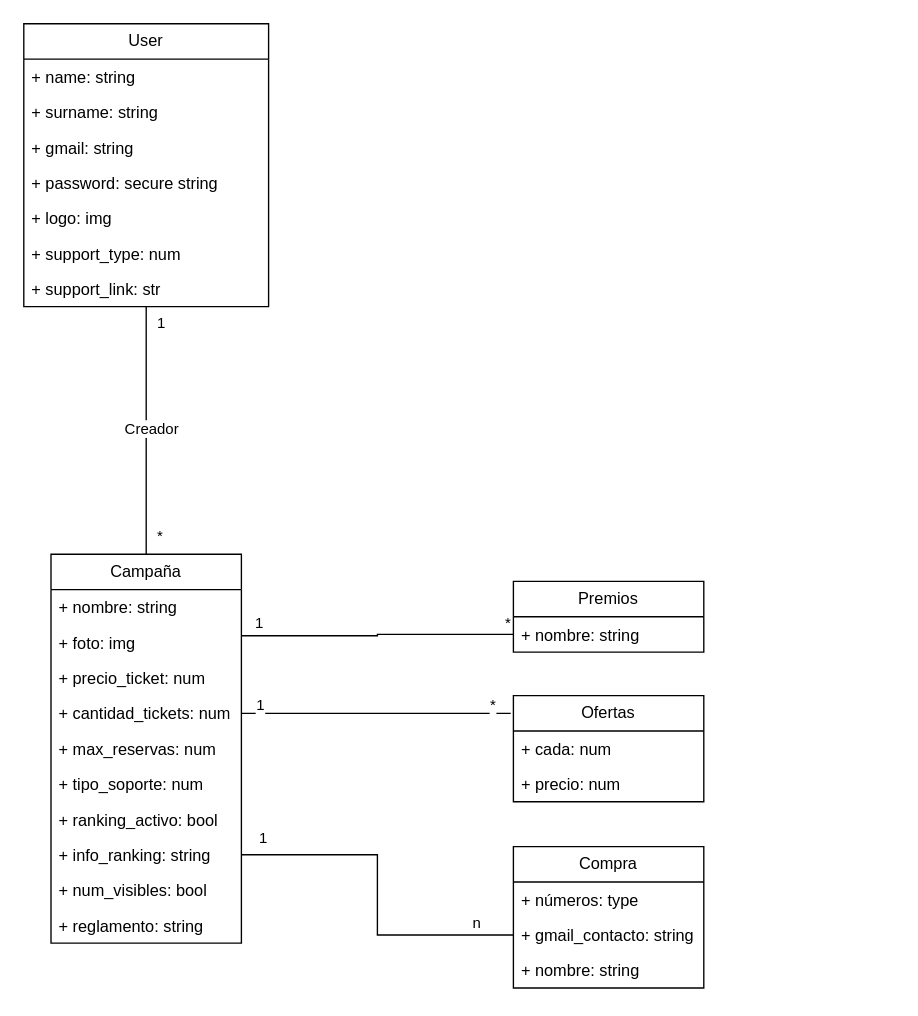
david-fm/rifa keeps this draw.io diagram as BackEnd.drawio. Above is the earlier version. Source tidied: cells renumbered, new cells numbered last; positions are measured from the earlier drawing's top-left corner, leaving out a move shared by most shapes. Both pictures are drawn from the tidied source at 136%, with x=0, y=0 at pixel (23, 23).
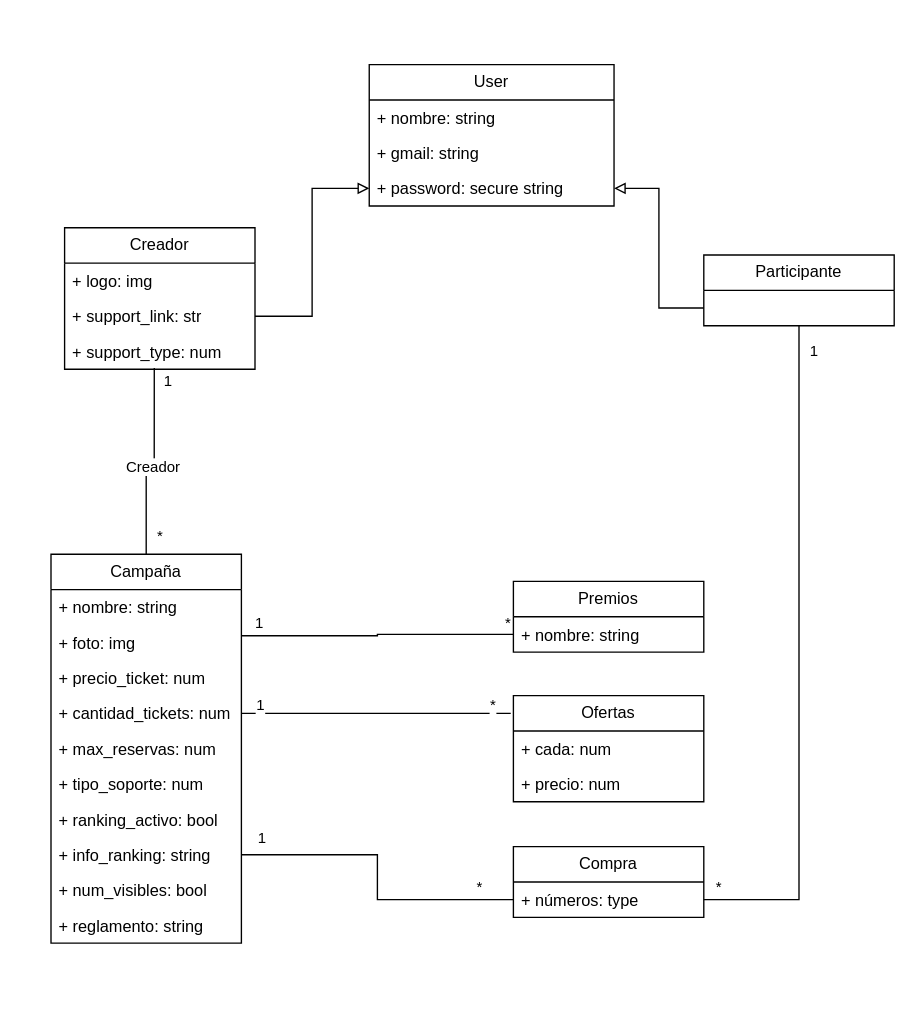
The same diagram, later.

Commit message:
User system changed

The change refers to these unchanged cells:
```xml
<mxCell id="13" value="Campaña" style="swimlane;fontStyle=0;horizontal=1;startSize=26;fillColor=none;whiteSpace=wrap;html=1;" parent="1" vertex="1">
  <mxGeometry x="20" y="390" width="140" height="286" as="geometry" />
</mxCell>
<mxCell id="21" value="+ info_ranking: string" style="text;strokeColor=none;fillColor=none;align=left;verticalAlign=top;spacingLeft=4;spacingRight=4;overflow=hidden;points=[[0,0.5],[1,0.5]];portConstraint=eastwest;whiteSpace=wrap;html=1;" parent="13" vertex="1">
  <mxGeometry y="208" width="140" height="26" as="geometry" />
</mxCell>
<mxCell id="37" value="+ números: type" style="text;strokeColor=none;fillColor=none;align=left;verticalAlign=top;spacingLeft=4;spacingRight=4;overflow=hidden;points=[[0,0.5],[1,0.5]];portConstraint=eastwest;whiteSpace=wrap;html=1;" parent="36" vertex="1">
  <mxGeometry y="26" width="140" height="26" as="geometry" />
</mxCell>
```

The edit, as a diff of the source:
```diff
@@
-    <mxCell id="2" style="edgeStyle=orthogonalEdgeStyle;rounded=0;jettySize=auto;html=1;entryX=0.5;entryY=0;entryDx=0;entryDy=0;endArrow=none;endFill=0;" parent="1" edge="1" source="5" target="13">
+    <mxCell id="2" style="edgeStyle=orthogonalEdgeStyle;rounded=0;jettySize=auto;html=1;entryX=0.5;entryY=0;entryDx=0;entryDy=0;endArrow=none;endFill=0;exitX=0.471;exitY=0.962;exitDx=0;exitDy=0;exitPerimeter=0;" parent="1" edge="1" source="11" target="13">
       <mxGeometry relative="1" as="geometry" />
     </mxCell>
@@
     <mxCell id="5" value="User" style="swimlane;fontStyle=0;horizontal=1;startSize=26;fillColor=none;whiteSpace=wrap;html=1;" parent="1" vertex="1">
-      <mxGeometry width="180" height="208" as="geometry" />
+      <mxGeometry x="254" y="30" width="180" height="104" as="geometry" />
     </mxCell>
-    <mxCell id="6" value="+ name: string" style="text;strokeColor=none;fillColor=none;align=left;verticalAlign=top;spacingLeft=4;spacingRight=4;overflow=hidden;whiteSpace=wrap;html=1;" parent="5" vertex="1">
+    <mxCell id="6" value="+ nombre: string" style="text;strokeColor=none;fillColor=none;align=left;verticalAlign=top;spacingLeft=4;spacingRight=4;overflow=hidden;whiteSpace=wrap;html=1;" parent="5" vertex="1">
       <mxGeometry y="26" width="180" height="26" as="geometry" />
     </mxCell>
-    <mxCell id="7" value="+ surname: string" style="text;strokeColor=none;fillColor=none;align=left;verticalAlign=top;spacingLeft=4;spacingRight=4;overflow=hidden;whiteSpace=wrap;html=1;" parent="5" vertex="1">
-      <mxGeometry y="52" width="180" height="26" as="geometry" />
-    </mxCell>
     <mxCell id="8" value="+ gmail: string" style="text;strokeColor=none;fillColor=none;align=left;verticalAlign=top;spacingLeft=4;spacingRight=4;overflow=hidden;whiteSpace=wrap;html=1;" parent="5" vertex="1">
-      <mxGeometry y="78" width="180" height="26" as="geometry" />
+      <mxGeometry y="52" width="180" height="26" as="geometry" />
     </mxCell>
     <mxCell id="9" value="+ password: secure string" style="text;strokeColor=none;fillColor=none;align=left;verticalAlign=top;spacingLeft=4;spacingRight=4;overflow=hidden;points=[[0,0.5],[1,0.5]];portConstraint=eastwest;whiteSpace=wrap;html=1;" parent="5" vertex="1">
-      <mxGeometry y="104" width="180" height="26" as="geometry" />
+      <mxGeometry y="78" width="180" height="26" as="geometry" />
     </mxCell>
-    <mxCell id="10" value="+ logo: img" style="text;strokeColor=none;fillColor=none;align=left;verticalAlign=top;spacingLeft=4;spacingRight=4;overflow=hidden;whiteSpace=wrap;html=1;" parent="5" vertex="1">
-      <mxGeometry y="130" width="180" height="26" as="geometry" />
-    </mxCell>
-    <mxCell id="11" value="+ support_type: num" style="text;strokeColor=none;fillColor=none;align=left;verticalAlign=top;spacingLeft=4;spacingRight=4;overflow=hidden;points=[[0,0.5],[1,0.5]];portConstraint=eastwest;whiteSpace=wrap;html=1;" parent="5" vertex="1">
-      <mxGeometry y="156" width="180" height="26" as="geometry" />
-    </mxCell>
-    <mxCell id="12" value="+ support_link: str" style="text;strokeColor=none;fillColor=none;align=left;verticalAlign=top;spacingLeft=4;spacingRight=4;overflow=hidden;points=[[0,0.5],[1,0.5]];portConstraint=eastwest;whiteSpace=wrap;html=1;" parent="5" vertex="1">
-      <mxGeometry y="182" width="180" height="26" as="geometry" />
-    </mxCell>
@@
     <mxCell id="36" value="Compra" style="swimlane;fontStyle=0;horizontal=1;startSize=26;fillColor=none;whiteSpace=wrap;html=1;" parent="1" vertex="1">
-      <mxGeometry x="360" y="605" width="140" height="104" as="geometry" />
+      <mxGeometry x="360" y="605" width="140" height="52" as="geometry" />
     </mxCell>
@@
-    <mxCell id="38" value="+ gmail_contacto: string" style="text;strokeColor=none;fillColor=none;align=left;verticalAlign=top;spacingLeft=4;spacingRight=4;overflow=hidden;points=[[0,0.5],[1,0.5]];portConstraint=eastwest;whiteSpace=wrap;html=1;" parent="36" vertex="1">
-      <mxGeometry y="52" width="140" height="26" as="geometry" />
-    </mxCell>
-    <mxCell id="39" value="+ nombre: string" style="text;strokeColor=none;fillColor=none;align=left;verticalAlign=top;spacingLeft=4;spacingRight=4;overflow=hidden;whiteSpace=wrap;html=1;" parent="36" vertex="1">
-      <mxGeometry y="78" width="140" height="26" as="geometry" />
-    </mxCell>
-    <mxCell id="40" style="edgeStyle=orthogonalEdgeStyle;rounded=0;jettySize=auto;html=1;entryX=0;entryY=0.5;entryDx=0;entryDy=0;endArrow=none;endFill=0;" parent="1" edge="1" source="21" target="38">
+    <mxCell id="40" style="edgeStyle=orthogonalEdgeStyle;rounded=0;jettySize=auto;html=1;entryX=0;entryY=0.5;entryDx=0;entryDy=0;endArrow=none;endFill=0;" parent="1" edge="1" source="21" target="37">
       <mxGeometry relative="1" as="geometry" />
     </mxCell>
@@
-    <mxCell id="42" value="n" style="edgeLabel;html=1;align=center;verticalAlign=middle;" parent="40" vertex="1">
+    <mxCell id="42" value="*" style="edgeLabel;html=1;align=center;verticalAlign=middle;" parent="40" vertex="1">
       <mxGeometry x="0.78" relative="1" as="geometry">
         <mxPoint y="-10" as="offset" />
       </mxGeometry>
     </mxCell>
+    <mxCell id="43" value="Creador" style="swimlane;fontStyle=0;horizontal=1;startSize=26;fillColor=none;whiteSpace=wrap;html=1;" parent="1" vertex="1">
+      <mxGeometry x="30" y="150" width="140" height="104" as="geometry" />
+    </mxCell>
+    <mxCell id="10" value="+ logo: img" style="text;strokeColor=none;fillColor=none;align=left;verticalAlign=top;spacingLeft=4;spacingRight=4;overflow=hidden;whiteSpace=wrap;html=1;" parent="43" vertex="1">
+      <mxGeometry y="26" width="140" height="26" as="geometry" />
+    </mxCell>
+    <mxCell id="12" value="+ support_link: str" style="text;strokeColor=none;fillColor=none;align=left;verticalAlign=top;spacingLeft=4;spacingRight=4;overflow=hidden;points=[[0,0.5],[1,0.5]];portConstraint=eastwest;whiteSpace=wrap;html=1;" parent="43" vertex="1">
+      <mxGeometry y="52" width="140" height="26" as="geometry" />
+    </mxCell>
+    <mxCell id="11" value="+ support_type: num" style="text;strokeColor=none;fillColor=none;align=left;verticalAlign=top;spacingLeft=4;spacingRight=4;overflow=hidden;points=[[0,0.5],[1,0.5]];portConstraint=eastwest;whiteSpace=wrap;html=1;" parent="43" vertex="1">
+      <mxGeometry y="78" width="140" height="26" as="geometry" />
+    </mxCell>
+    <mxCell id="44" style="edgeStyle=orthogonalEdgeStyle;rounded=0;jettySize=auto;html=1;entryX=1;entryY=0.5;entryDx=0;entryDy=0;endArrow=none;endFill=0;" parent="1" edge="1" source="47" target="37">
+      <mxGeometry relative="1" as="geometry" />
+    </mxCell>
+    <mxCell id="45" value="1" style="edgeLabel;html=1;align=center;verticalAlign=middle;" parent="44" vertex="1">
+      <mxGeometry x="-0.92" y="-2" relative="1" as="geometry">
+        <mxPoint x="12" y="-2" as="offset" />
+      </mxGeometry>
+    </mxCell>
+    <mxCell id="46" value="*" style="edgeLabel;html=1;align=center;verticalAlign=middle;" parent="44" vertex="1">
+      <mxGeometry x="0.96" relative="1" as="geometry">
+        <mxPoint y="-10" as="offset" />
+      </mxGeometry>
+    </mxCell>
+    <mxCell id="47" value="Participante" style="swimlane;fontStyle=0;horizontal=1;startSize=26;fillColor=none;whiteSpace=wrap;html=1;" parent="1" vertex="1">
+      <mxGeometry x="500" y="170" width="140" height="52" as="geometry" />
+    </mxCell>
+    <mxCell id="48" style="edgeStyle=orthogonalEdgeStyle;rounded=0;jettySize=auto;html=1;endArrow=block;endFill=0;" parent="1" edge="1" source="12" target="9">
+      <mxGeometry relative="1" as="geometry" />
+    </mxCell>
+    <mxCell id="49" style="edgeStyle=orthogonalEdgeStyle;rounded=0;jettySize=auto;html=1;entryX=1;entryY=0.5;entryDx=0;entryDy=0;endArrow=block;endFill=0;exitX=0;exitY=0.75;exitDx=0;exitDy=0;" parent="1" edge="1" source="47" target="9">
+      <mxGeometry relative="1" as="geometry" />
+    </mxCell>
```
